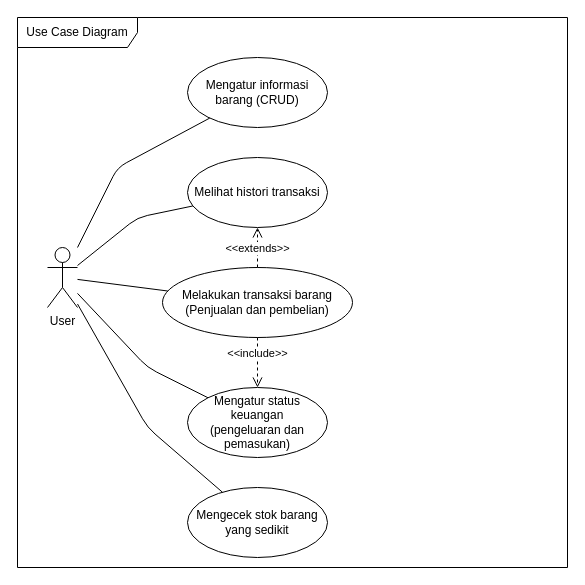
Earlier version of the draw.io diagram Diagram/Use Case Diagram.drawio (ryusu777/dodo-app). Source tidied: cells renumbered, new cells numbered last; positions are measured from the earlier drawing's top-left corner, leaving out a move shared by most shapes. Both pictures are drawn from the tidied source at 100%, with x=0, y=0 at pixel (17, 17).
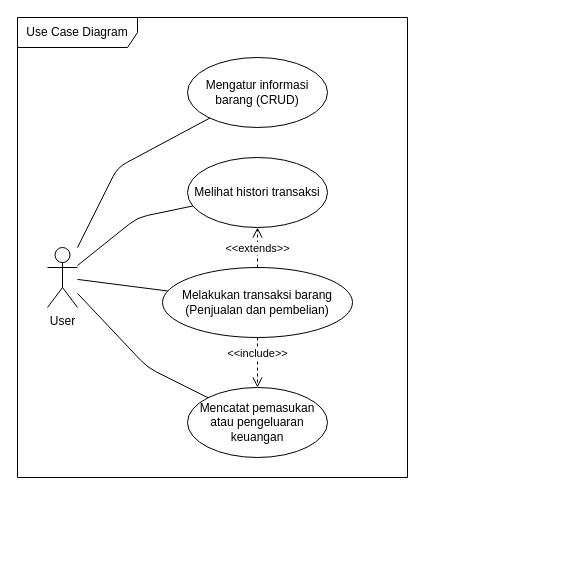
The same page after the edit.

Commit message (it also covers changes not shown here):
Newest activity and use case diagram

The change refers to these unchanged cells:
```xml
<mxCell id="3" value="User" style="shape=umlActor;verticalLabelPosition=bottom;verticalAlign=top;html=1;outlineConnect=0;" parent="1" vertex="1">
  <mxGeometry x="30" y="230" width="30" height="60" as="geometry" />
</mxCell>
```

The edit, as a diff of the source:
```diff
@@
     <mxCell id="2" value="Use Case Diagram" style="shape=umlFrame;whiteSpace=wrap;html=1;width=120;height=30;" parent="1" vertex="1">
-      <mxGeometry width="550" height="550" as="geometry" />
+      <mxGeometry width="390" height="460" as="geometry" />
     </mxCell>
@@
-    <mxCell id="11" value="Mengecek stok barang yang sedikit" style="ellipse;whiteSpace=wrap;html=1;" parent="1" vertex="1">
-      <mxGeometry x="170" y="470" width="140" height="70" as="geometry" />
-    </mxCell>
-    <mxCell id="12" style="endArrow=none;html=1;" parent="1" edge="1" source="3" target="11">
-      <mxGeometry relative="1" as="geometry">
-        <Array as="points">
-          <mxPoint x="130" y="410" />
-        </Array>
-      </mxGeometry>
-    </mxCell>
-    <mxCell id="13" value="Mengatur status keuangan&lt;br&gt;(pengeluaran dan pemasukan)" style="ellipse;whiteSpace=wrap;html=1;" parent="1" vertex="1">
+    <mxCell id="13" value="Mencatat pemasukan atau pengeluaran keuangan" style="ellipse;whiteSpace=wrap;html=1;" parent="1" vertex="1">
       <mxGeometry x="170" y="370" width="140" height="70" as="geometry" />
     </mxCell>
```
